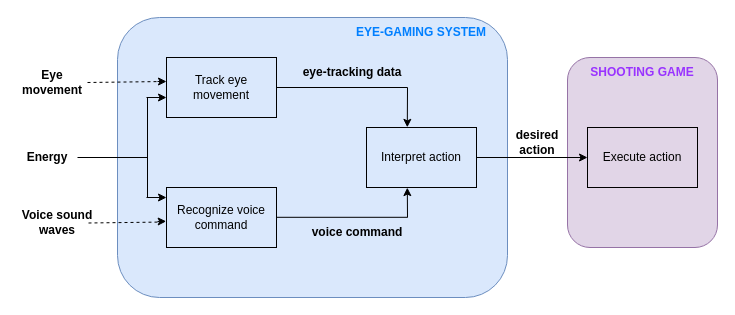
Before: MLMI10-Design_Intelligent_Interactive_Systems/diagrams_drawio/Overall_Functional_diagram.drawio in AlejandroSantorum/MPhil_MLMI_Cambridge, a draw.io diagram. Source tidied: cells renumbered, new cells numbered last; positions are measured from the earlier drawing's top-left corner, leaving out a move shared by most shapes. Both pictures are drawn from the tidied source at 100%, with x=0, y=0 at pixel (17, 17).
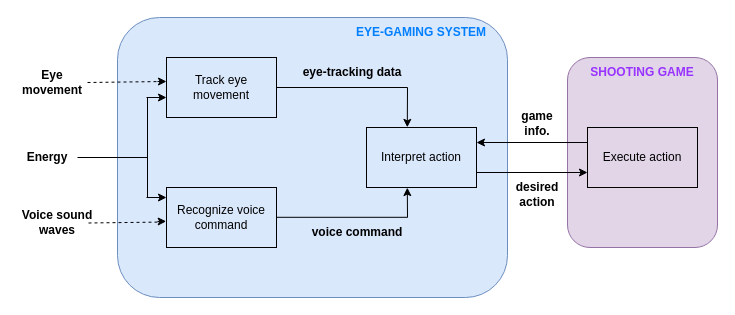
Above is the later version.

The change refers to these unchanged cells:
```xml
<mxCell id="6" value="Interpret action" style="rounded=0;whiteSpace=wrap;html=1;fillColor=#dae8fc;strokeColor=#000000;" parent="1" vertex="1">
  <mxGeometry x="349" y="110" width="110" height="60" as="geometry" />
</mxCell>
<mxCell id="7" value="Execute action" style="rounded=0;whiteSpace=wrap;html=1;fillColor=#e1d5e7;strokeColor=#000000;" parent="1" vertex="1">
  <mxGeometry x="570" y="110" width="110" height="60" as="geometry" />
</mxCell>
```

Change to the diagram source:
```diff
@@
-    <mxCell id="25" style="endArrow=classic;html=1;rounded=0;exitX=1;exitY=0.5;exitDx=0;exitDy=0;entryX=0;entryY=0.5;entryDx=0;entryDy=0;" parent="1" edge="1" source="6" target="7">
+    <mxCell id="25" style="endArrow=classic;html=1;rounded=0;exitX=1;exitY=0.75;exitDx=0;exitDy=0;entryX=0;entryY=0.75;entryDx=0;entryDy=0;" parent="1" edge="1" source="6" target="7">
       <mxGeometry relative="1" as="geometry" />
     </mxCell>
     <mxCell id="26" value="&lt;b&gt;desired&lt;br&gt;action&lt;/b&gt;" style="text;html=1;strokeColor=none;fillColor=none;align=center;verticalAlign=middle;whiteSpace=wrap;rounded=0;" parent="1" vertex="1">
-      <mxGeometry x="490" y="110" width="60" height="30" as="geometry" />
+      <mxGeometry x="490" y="162" width="60" height="30" as="geometry" />
     </mxCell>
@@
+    <mxCell id="29" style="endArrow=classic;html=1;rounded=0;exitX=0;exitY=0.25;exitDx=0;exitDy=0;entryX=1;entryY=0.25;entryDx=0;entryDy=0;" parent="1" edge="1" source="7" target="6">
+      <mxGeometry relative="1" as="geometry" />
+    </mxCell>
+    <mxCell id="30" value="&lt;b&gt;game&lt;br&gt;info.&lt;/b&gt;" style="text;html=1;strokeColor=none;fillColor=none;align=center;verticalAlign=middle;whiteSpace=wrap;rounded=0;" parent="1" vertex="1">
+      <mxGeometry x="490" y="91" width="60" height="30" as="geometry" />
+    </mxCell>
```
